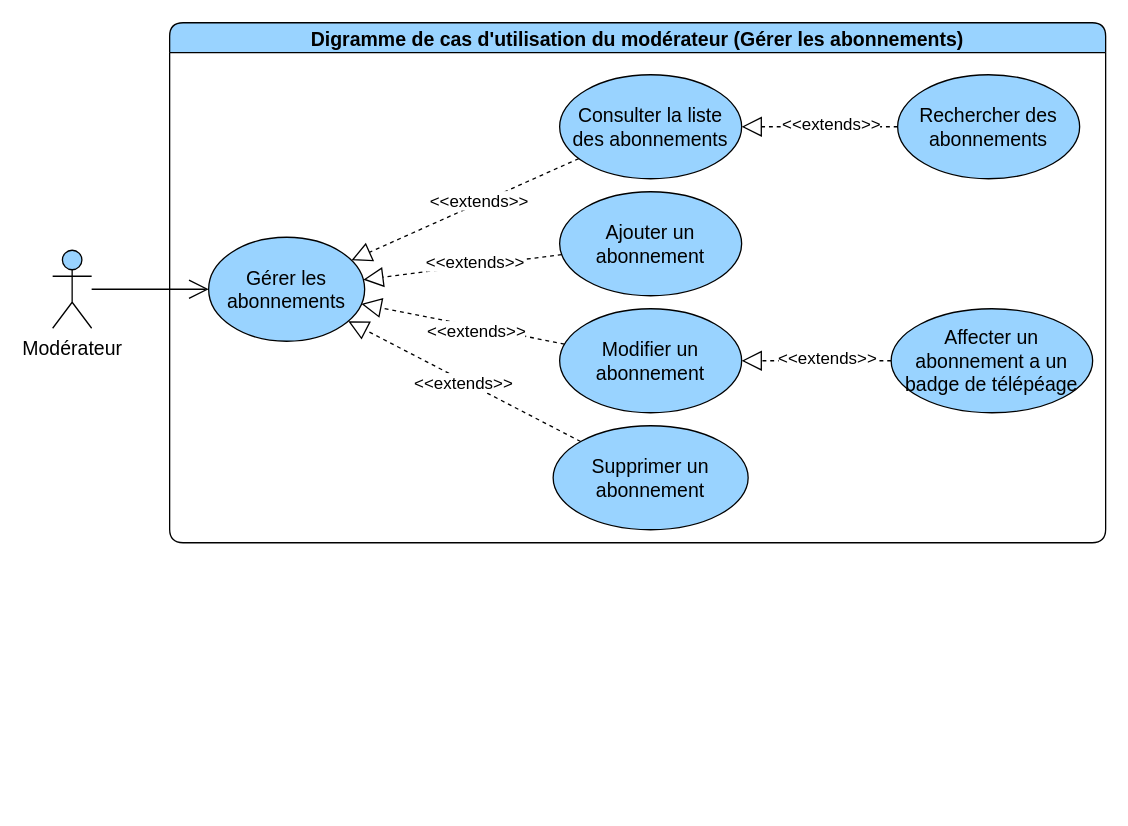
Earlier version of the draw.io diagram page "gerer les badges de telepeage" (3 of 3) of diagrams/use-case/moderateur.drawio (devlotfi/peage-pay). Source tidied: cells renumbered, new cells numbered last; positions are measured from the earlier drawing's top-left corner, leaving out a move shared by most shapes. Both pictures are drawn from the tidied source at 130%, with x=0, y=0 at pixel (52, 22).
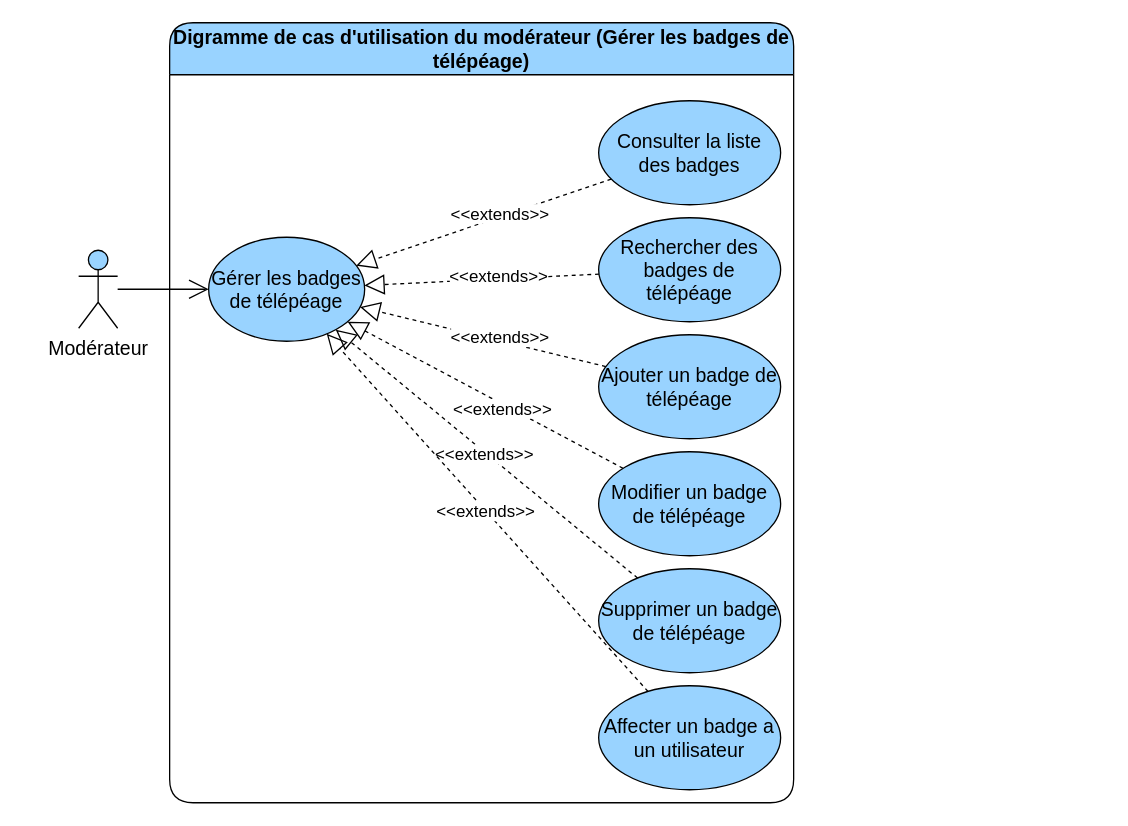
The same diagram, later.

Diff of the diagram source:
```diff
@@
-    <mxCell id="2" value="Digramme de cas d'utilisation du modérateur (Gérer les abonnements)" style="swimlane;whiteSpace=wrap;html=1;rounded=1;fillColor=#99D3FF;fontSize=15;" parent="1" vertex="1">
-      <mxGeometry x="90" width="720" height="400" as="geometry" />
+    <mxCell id="2" value="Digramme de cas d'utilisation du modérateur (Gérer les badges de télépéage)" style="swimlane;whiteSpace=wrap;html=1;rounded=1;fillColor=#99D3FF;fontSize=15;startSize=40;" parent="1" vertex="1">
+      <mxGeometry x="90" width="480" height="600" as="geometry" />
     </mxCell>
-    <mxCell id="3" value="Gérer les abonnements" style="ellipse;whiteSpace=wrap;html=1;strokeColor=default;align=center;verticalAlign=middle;fontFamily=Helvetica;fontSize=15;fontColor=default;fillColor=#99D3FF;" parent="2" vertex="1">
+    <mxCell id="3" value="Gérer les badges de télépéage" style="ellipse;whiteSpace=wrap;html=1;strokeColor=default;align=center;verticalAlign=middle;fontFamily=Helvetica;fontSize=15;fontColor=default;fillColor=#99D3FF;" parent="2" vertex="1">
       <mxGeometry x="30" y="165" width="120" height="80" as="geometry" />
     </mxCell>
@@
-    <mxCell id="6" value="Modifier un abonnement" style="ellipse;whiteSpace=wrap;html=1;strokeColor=default;align=center;verticalAlign=middle;fontFamily=Helvetica;fontSize=15;fontColor=default;fillColor=#99D3FF;" parent="2" vertex="1">
-      <mxGeometry x="300" y="220" width="140" height="80" as="geometry" />
+    <mxCell id="6" value="Modifier un badge de télépéage" style="ellipse;whiteSpace=wrap;html=1;strokeColor=default;align=center;verticalAlign=middle;fontFamily=Helvetica;fontSize=15;fontColor=default;fillColor=#99D3FF;" parent="2" vertex="1">
+      <mxGeometry x="330" y="330" width="140" height="80" as="geometry" />
     </mxCell>
@@
-    <mxCell id="9" value="Supprimer un abonnement" style="ellipse;whiteSpace=wrap;html=1;strokeColor=default;align=center;verticalAlign=middle;fontFamily=Helvetica;fontSize=15;fontColor=default;fillColor=#99D3FF;" parent="2" vertex="1">
-      <mxGeometry x="295" y="310" width="150" height="80" as="geometry" />
+    <mxCell id="9" value="Supprimer un badge de télépéage" style="ellipse;whiteSpace=wrap;html=1;strokeColor=default;align=center;verticalAlign=middle;fontFamily=Helvetica;fontSize=15;fontColor=default;fillColor=#99D3FF;" parent="2" vertex="1">
+      <mxGeometry x="330" y="420" width="140" height="80" as="geometry" />
     </mxCell>
@@
-    <mxCell id="12" value="Consulter la liste des abonnements" style="ellipse;whiteSpace=wrap;html=1;strokeColor=default;align=center;verticalAlign=middle;fontFamily=Helvetica;fontSize=15;fontColor=default;fillColor=#99D3FF;" parent="2" vertex="1">
-      <mxGeometry x="300" y="40" width="140" height="80" as="geometry" />
+    <mxCell id="12" value="Consulter la liste des badges" style="ellipse;whiteSpace=wrap;html=1;strokeColor=default;align=center;verticalAlign=middle;fontFamily=Helvetica;fontSize=15;fontColor=default;fillColor=#99D3FF;" parent="2" vertex="1">
+      <mxGeometry x="330" y="60" width="140" height="80" as="geometry" />
     </mxCell>
-    <mxCell id="13" value="Rechercher des abonnements" style="ellipse;whiteSpace=wrap;html=1;strokeColor=default;align=center;verticalAlign=middle;fontFamily=Helvetica;fontSize=15;fontColor=default;fillColor=#99D3FF;" parent="2" vertex="1">
-      <mxGeometry x="560" y="40" width="140" height="80" as="geometry" />
+    <mxCell id="13" value="Rechercher des badges de télépéage" style="ellipse;whiteSpace=wrap;html=1;strokeColor=default;align=center;verticalAlign=middle;fontFamily=Helvetica;fontSize=15;fontColor=default;fillColor=#99D3FF;" parent="2" vertex="1">
+      <mxGeometry x="330" y="150" width="140" height="80" as="geometry" />
     </mxCell>
-    <mxCell id="14" style="edgeStyle=none;rounded=0;jettySize=auto;html=1;dashed=1;strokeColor=default;align=center;verticalAlign=middle;fontFamily=Helvetica;fontSize=15;fontColor=default;labelBackgroundColor=default;startSize=6;endArrow=block;endFill=0;endSize=13;" parent="2" edge="1" source="13" target="12">
+    <mxCell id="14" style="edgeStyle=none;rounded=0;jettySize=auto;html=1;dashed=1;strokeColor=default;align=center;verticalAlign=middle;fontFamily=Helvetica;fontSize=15;fontColor=default;labelBackgroundColor=default;startSize=6;endArrow=block;endFill=0;endSize=13;" parent="2" edge="1" source="13" target="3">
       <mxGeometry relative="1" as="geometry" />
     </mxCell>
@@
-    <mxCell id="16" value="Ajouter un abonnement" style="ellipse;whiteSpace=wrap;html=1;strokeColor=default;align=center;verticalAlign=middle;fontFamily=Helvetica;fontSize=15;fontColor=default;fillColor=#99D3FF;" parent="2" vertex="1">
-      <mxGeometry x="300" y="130" width="140" height="80" as="geometry" />
+    <mxCell id="16" value="Ajouter un badge de télépéage" style="ellipse;whiteSpace=wrap;html=1;strokeColor=default;align=center;verticalAlign=middle;fontFamily=Helvetica;fontSize=15;fontColor=default;fillColor=#99D3FF;" parent="2" vertex="1">
+      <mxGeometry x="330" y="240" width="140" height="80" as="geometry" />
     </mxCell>
@@
-    <mxCell id="19" value="Affecter un abonnement a un badge de télépéage" style="ellipse;whiteSpace=wrap;html=1;strokeColor=default;align=center;verticalAlign=middle;fontFamily=Helvetica;fontSize=15;fontColor=default;fillColor=#99D3FF;" parent="2" vertex="1">
-      <mxGeometry x="555" y="220" width="155" height="80" as="geometry" />
-    </mxCell>
-    <mxCell id="20" style="edgeStyle=none;rounded=0;jettySize=auto;html=1;dashed=1;strokeColor=default;align=center;verticalAlign=middle;fontFamily=Helvetica;fontSize=15;fontColor=default;labelBackgroundColor=default;startSize=6;endArrow=block;endFill=0;endSize=13;" parent="2" edge="1" source="19" target="6">
-      <mxGeometry relative="1" as="geometry" />
-    </mxCell>
+    <mxCell id="24" value="Affecter un badge a un utilisateur" style="ellipse;whiteSpace=wrap;html=1;strokeColor=default;align=center;verticalAlign=middle;fontFamily=Helvetica;fontSize=15;fontColor=default;fillColor=#99D3FF;" parent="2" vertex="1">
+      <mxGeometry x="330" y="510" width="140" height="80" as="geometry" />
+    </mxCell>
+    <mxCell id="25" style="edgeStyle=none;rounded=0;jettySize=auto;html=1;dashed=1;strokeColor=default;align=center;verticalAlign=middle;fontFamily=Helvetica;fontSize=15;fontColor=default;labelBackgroundColor=default;startSize=6;endArrow=block;endFill=0;endSize=13;" parent="2" edge="1" source="24" target="3">
+      <mxGeometry relative="1" as="geometry" />
+    </mxCell>
-    <mxCell id="21" value="&amp;lt;&amp;lt;extends&amp;gt;&amp;gt;" style="edgeLabel;html=1;align=center;verticalAlign=middle;strokeColor=default;fontFamily=Helvetica;fontSize=13;fontColor=default;labelBackgroundColor=default;fillColor=#99D3FF;" parent="20" vertex="1">
-      <mxGeometry x="-0.12" y="-3" relative="1" as="geometry">
-        <mxPoint x="1" as="offset" />
-      </mxGeometry>
+    <mxCell id="21" value="&amp;lt;&amp;lt;extends&amp;gt;&amp;gt;" style="edgeLabel;html=1;align=center;verticalAlign=middle;strokeColor=default;fontFamily=Helvetica;fontSize=13;fontColor=default;labelBackgroundColor=default;fillColor=#99D3FF;" parent="25" vertex="1">
+      <mxGeometry x="0.01" y="1" relative="1" as="geometry" />
     </mxCell>
@@
     <mxCell id="23" value="Modérateur" style="shape=umlActor;verticalLabelPosition=bottom;verticalAlign=top;html=1;outlineConnect=0;strokeColor=default;align=center;fontFamily=Helvetica;fontSize=15;fontColor=default;fillColor=#99D3FF;" parent="1" vertex="1">
-      <mxGeometry y="175" width="30" height="60" as="geometry" />
+      <mxGeometry x="20" y="175" width="30" height="60" as="geometry" />
     </mxCell>
```
